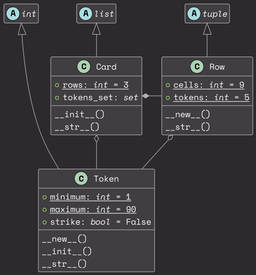
Earlier version of the PlantUML export docs/model.png (learning-AIU/python-developer-9).
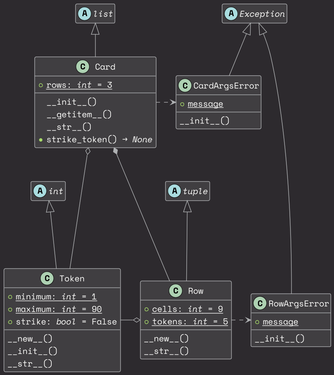
Above is the later version.

Commit message:
модель игровых элементов: классы исключений, корректировка Card

+class RowArgsError
+class CardArgsError
>class Card

Diff of the diagram source:
```diff
@@ -1,6 +1,6 @@
 @startuml
 
-!theme monokai from D:\G-Doc\YandexDisk\Study\УИИ\Python-разработчик\9. Основы объектно-ориентированного программирования. Принципы ООП
+!theme monokai from ..\data
 
 hide abstract empty members
 
@@ -8,6 +8,17 @@
 abstract class int
 abstract class tuple
 abstract class list
+abstract class Exception
+
+
+class RowArgsError {
+    +{static}message
+    __init__()
+}
+class CardArgsError {
+    +{static}message
+    __init__()
+}
 
 
 class Token {
@@ -30,19 +41,29 @@
 
 class Card {
     +{static}rows: <i>int</i> = 3
-    +tokens_set: <i>set</i>
     __init__()
+    __getitem__()
     __str__()
+    +strike_token() → <i>None</i>
 }
 
 
+Exception <|--- RowArgsError
+Exception <|-- CardArgsError
+
 int <|--- Token
-tuple <|-- Row
+tuple <|--- Row
 list <|-- Card
 
-Row o-- Token
-Card *-right- Row
+Row o-left- Token
+Row .right.> RowArgsError
+
+Card *-- Row
 Card o-- Token
+Card .right.> CardArgsError
+
+CardArgsError <-down[hidden]- tuple
+int <-right[hidden]- tuple
 
 
 @enduml
```
